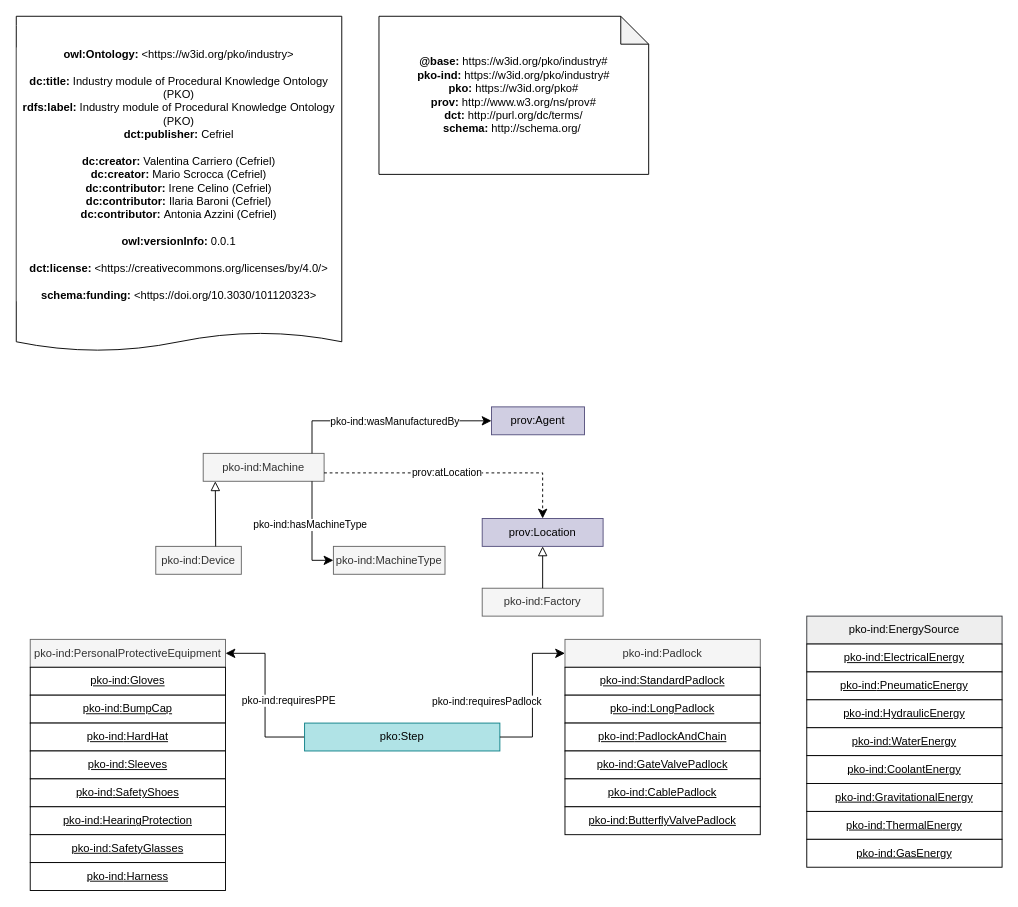
Earlier version of the draw.io diagram ontology/pko-ind.drawio (perks-project/pk-ontology). Source tidied: cells renumbered, new cells numbered last; positions are measured from the earlier drawing's top-left corner, leaving out a move shared by most shapes. Both pictures are drawn from the tidied source at 93%, with x=0, y=0 at pixel (16, 16).
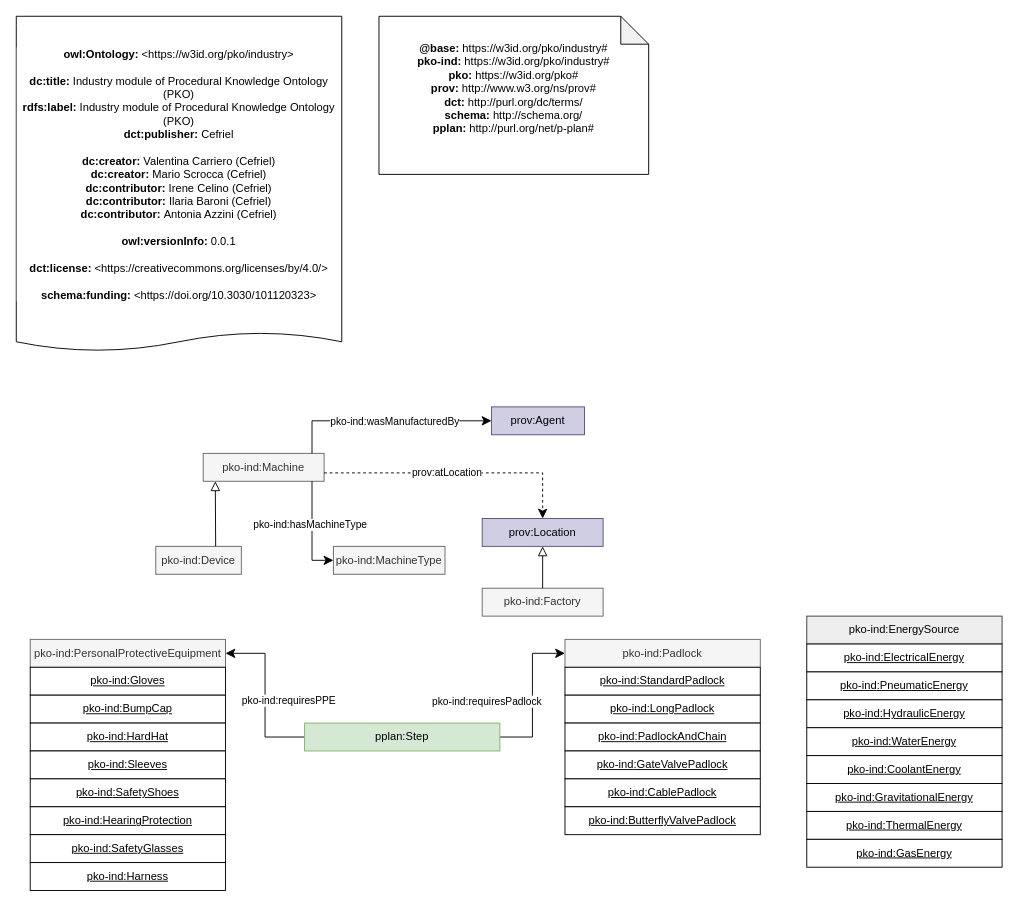
Above is the later version.

The change refers to these unchanged cells:
```xml
<mxCell id="18" value="pko-ind:PersonalProtectiveEquipment" style="rounded=0;whiteSpace=wrap;html=1;snapToPoint=1;points=[[0.1,0],[0.2,0],[0.3,0],[0.4,0],[0.5,0],[0.6,0],[0.7,0],[0.8,0],[0.9,0],[0,0.1],[0,0.3],[0,0.5],[0,0.7],[0,0.9],[0.1,1],[0.2,1],[0.3,1],[0.4,1],[0.5,1],[0.6,1],[0.7,1],[0.8,1],[0.9,1],[1,0.1],[1,0.3],[1,0.5],[1,0.7],[1,0.9]];fillColor=#f5f5f5;strokeColor=#666666;fontColor=#333333;" parent="1" vertex="1">
  <mxGeometry x="15" y="670" width="210" height="30" as="geometry" />
</mxCell>
<mxCell id="30" value="pko-ind:Padlock" style="rounded=0;whiteSpace=wrap;html=1;snapToPoint=1;points=[[0.1,0],[0.2,0],[0.3,0],[0.4,0],[0.5,0],[0.6,0],[0.7,0],[0.8,0],[0.9,0],[0,0.1],[0,0.3],[0,0.5],[0,0.7],[0,0.9],[0.1,1],[0.2,1],[0.3,1],[0.4,1],[0.5,1],[0.6,1],[0.7,1],[0.8,1],[0.9,1],[1,0.1],[1,0.3],[1,0.5],[1,0.7],[1,0.9]];fillColor=#f5f5f5;strokeColor=#666666;fontColor=#333333;" parent="1" vertex="1">
  <mxGeometry x="590" y="670" width="210" height="30" as="geometry" />
</mxCell>
```

The edit, as a diff of the source:
```diff
@@
-    <mxCell id="16" value="&lt;div&gt;&lt;b&gt;@base:&lt;/b&gt; https://w3id.org/pko/industry#&lt;/div&gt;&lt;div&gt;&lt;b style=&quot;border-color: var(--border-color);&quot;&gt;pko-ind:&lt;/b&gt;&amp;nbsp;https://w3id.org/pko/industry#&lt;/div&gt;&lt;div&gt;&lt;b style=&quot;border-color: var(--border-color);&quot;&gt;pko:&lt;/b&gt;&amp;nbsp;https://w3id.org/pko#&lt;br&gt;&lt;/div&gt;&lt;div&gt;&lt;b&gt;prov:&lt;/b&gt; http://www.w3.org/ns/prov#&lt;/div&gt;&lt;div&gt;&lt;b&gt;dct:&amp;nbsp;&lt;/b&gt;http://purl.org/dc/terms/&lt;/div&gt;&lt;div&gt;&lt;b&gt;schema:&lt;/b&gt; http://schema.org/&amp;nbsp;&lt;/div&gt;" style="shape=note;whiteSpace=wrap;html=1;backgroundOutline=1;darkOpacity=0.05;" parent="1" vertex="1">
+    <mxCell id="16" value="&lt;div&gt;&lt;b&gt;@base:&lt;/b&gt; https://w3id.org/pko/industry#&lt;/div&gt;&lt;div&gt;&lt;b style=&quot;border-color: var(--border-color);&quot;&gt;pko-ind:&lt;/b&gt;&amp;nbsp;https://w3id.org/pko/industry#&lt;/div&gt;&lt;div&gt;&lt;b style=&quot;border-color: var(--border-color);&quot;&gt;pko:&lt;/b&gt;&amp;nbsp;https://w3id.org/pko#&lt;br&gt;&lt;/div&gt;&lt;div&gt;&lt;b&gt;prov:&lt;/b&gt; http://www.w3.org/ns/prov#&lt;/div&gt;&lt;div&gt;&lt;b&gt;dct:&amp;nbsp;&lt;/b&gt;http://purl.org/dc/terms/&lt;/div&gt;&lt;div&gt;&lt;b&gt;schema:&lt;/b&gt; http://schema.org/&lt;/div&gt;&lt;b style=&quot;border-color: var(--border-color);&quot;&gt;pplan:&lt;/b&gt;&amp;nbsp;http://purl.org/net/p-plan#&lt;div&gt;&amp;nbsp;&lt;/div&gt;" style="shape=note;whiteSpace=wrap;html=1;backgroundOutline=1;darkOpacity=0.05;" parent="1" vertex="1">
       <mxGeometry x="390" width="290" height="170" as="geometry" />
     </mxCell>
@@
-    <mxCell id="25" style="endArrow=classic;html=1;endSize=8;arcSize=0;rounded=0;entryX=1;entryY=0.5;entryDx=0;entryDy=0;exitX=0;exitY=0.5;exitDx=0;exitDy=0;edgeStyle=orthogonalEdgeStyle;" parent="1" edge="1" source="29" target="18">
+    <mxCell id="25" style="endArrow=classic;html=1;endSize=8;arcSize=0;rounded=0;entryX=1;entryY=0.5;entryDx=0;entryDy=0;exitX=0;exitY=0.5;exitDx=0;exitDy=0;edgeStyle=orthogonalEdgeStyle;" parent="1" edge="1" source="48" target="18">
       <mxGeometry relative="1" as="geometry" />
     </mxCell>
@@
-    <mxCell id="29" value="pko:Step" style="rounded=0;whiteSpace=wrap;html=1;snapToPoint=1;points=[[0.1,0],[0.2,0],[0.3,0],[0.4,0],[0.5,0],[0.6,0],[0.7,0],[0.8,0],[0.9,0],[0,0.1],[0,0.3],[0,0.5],[0,0.7],[0,0.9],[0.1,1],[0.2,1],[0.3,1],[0.4,1],[0.5,1],[0.6,1],[0.7,1],[0.8,1],[0.9,1],[1,0.1],[1,0.3],[1,0.5],[1,0.7],[1,0.9]];fillColor=#b0e3e6;strokeColor=#0e8088;" parent="1" vertex="1">
-      <mxGeometry x="310" y="760" width="210" height="30" as="geometry" />
-    </mxCell>
@@
-    <mxCell id="32" style="endArrow=classic;html=1;endSize=8;arcSize=0;rounded=0;entryX=0;entryY=0.5;entryDx=0;entryDy=0;exitX=1;exitY=0.5;exitDx=0;exitDy=0;edgeStyle=orthogonalEdgeStyle;" parent="1" edge="1" source="29" target="30">
+    <mxCell id="32" style="endArrow=classic;html=1;endSize=8;arcSize=0;rounded=0;entryX=0;entryY=0.5;entryDx=0;entryDy=0;exitX=1;exitY=0.5;exitDx=0;exitDy=0;edgeStyle=orthogonalEdgeStyle;" parent="1" edge="1" source="48" target="30">
       <mxGeometry relative="1" as="geometry" />
     </mxCell>
@@
+    <mxCell id="48" value="pplan:Step" style="rounded=0;whiteSpace=wrap;html=1;snapToPoint=1;points=[[0.1,0],[0.2,0],[0.3,0],[0.4,0],[0.5,0],[0.6,0],[0.7,0],[0.8,0],[0.9,0],[0,0.1],[0,0.3],[0,0.5],[0,0.7],[0,0.9],[0.1,1],[0.2,1],[0.3,1],[0.4,1],[0.5,1],[0.6,1],[0.7,1],[0.8,1],[0.9,1],[1,0.1],[1,0.3],[1,0.5],[1,0.7],[1,0.9]];fillColor=#d5e8d4;strokeColor=#82b366;" parent="1" vertex="1">
+      <mxGeometry x="310" y="760" width="210" height="30" as="geometry" />
+    </mxCell>
```
